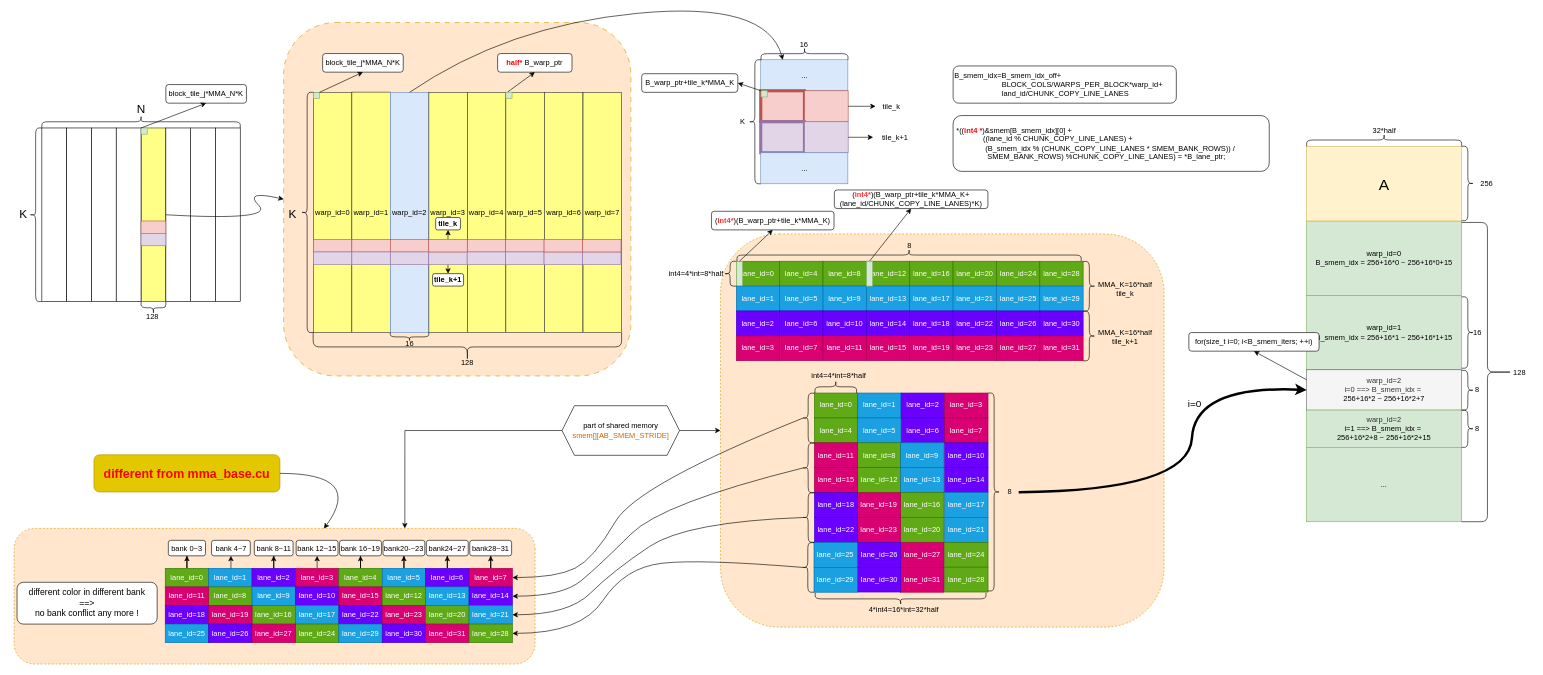
This is docs/mma/mma_permute/imgs/matrix_B_LDG.drawio from raymond1123/hgemm, a draw.io file, before an edit. Source tidied: cells renumbered, new cells numbered last; positions are measured from the earlier drawing's top-left corner, leaving out a move shared by most shapes. Both pictures are drawn from the tidied source at 62%, with x=0, y=0 at pixel (11, 1).
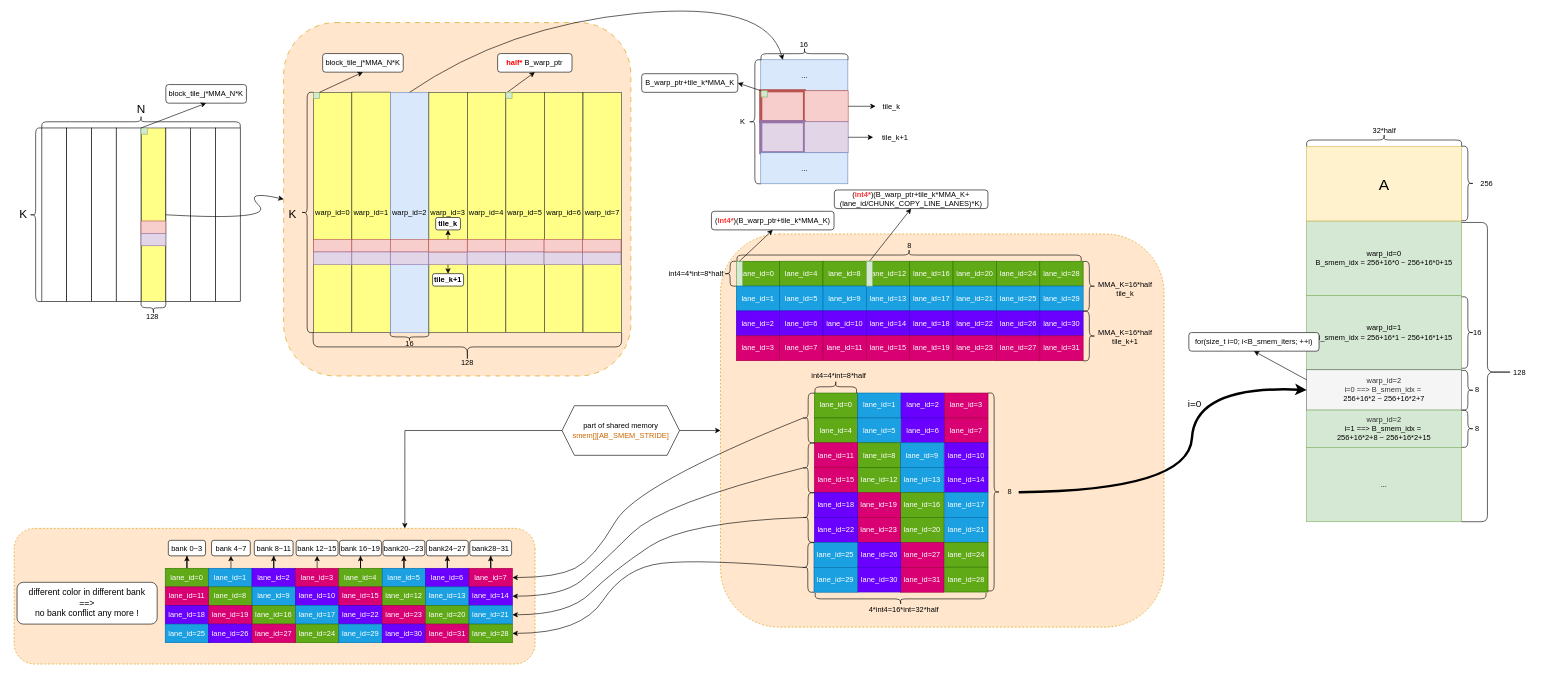
The same page after the edit.

Diff of the diagram source:
```diff
@@
-    <mxCell id="119" value="&lt;div style=&quot;&quot;&gt;&lt;span style=&quot;text-wrap: nowrap; background-color: initial;&quot;&gt;B_smem_idx=B_smem_idx_off+&lt;/span&gt;&lt;/div&gt;&lt;div style=&quot;&quot;&gt;&lt;span style=&quot;text-wrap: nowrap; background-color: initial;&quot;&gt;&lt;span style=&quot;white-space: pre;&quot;&gt;&#9;&lt;/span&gt;&lt;span style=&quot;white-space: pre;&quot;&gt;&#9;&lt;/span&gt;&amp;nbsp; &amp;nbsp; &amp;nbsp; &amp;nbsp;BLOCK_COLS/WARPS_PER_BLOCK*warp_id+&lt;/span&gt;&lt;/div&gt;&lt;div style=&quot;text-wrap: nowrap;&quot;&gt;&lt;span style=&quot;white-space-collapse: preserve;&quot;&gt;&#9;&lt;/span&gt;&lt;span style=&quot;white-space-collapse: preserve;&quot;&gt;&#9;&lt;/span&gt;&amp;nbsp; &amp;nbsp; &amp;nbsp; &amp;nbsp;land_id/CHUNK_COPY_LINE_LANES&lt;/div&gt;" style="rounded=1;whiteSpace=wrap;html=1;align=left;" parent="1" vertex="1">
-      <mxGeometry x="1519.8" y="104.9" width="360" height="60" as="geometry" />
-    </mxCell>
@@
-    <mxCell id="164" value="&lt;div style=&quot;&quot;&gt;&lt;div&gt;&amp;nbsp;*((&lt;b&gt;&lt;font color=&quot;#ff0000&quot;&gt;int4 *&lt;/font&gt;&lt;/b&gt;)&amp;amp;smem[B_smem_idx][0] +&lt;/div&gt;&lt;div&gt;&amp;nbsp; &amp;nbsp; &amp;nbsp; &amp;nbsp; &amp;nbsp; &amp;nbsp; &amp;nbsp; ((lane_id % CHUNK_COPY_LINE_LANES) +&lt;/div&gt;&lt;div&gt;&amp;nbsp; &amp;nbsp; &amp;nbsp; &amp;nbsp; &amp;nbsp; &amp;nbsp; &amp;nbsp; &amp;nbsp;(B_smem_idx % (CHUNK_COPY_LINE_LANES * SMEM_BANK_ROWS)) / &lt;span style=&quot;white-space: pre;&quot;&gt;&#9;&lt;/span&gt;&lt;span style=&quot;white-space: pre;&quot;&gt;&#9;&lt;/span&gt;SMEM_BANK_ROWS) %&lt;span style=&quot;background-color: initial;&quot;&gt;CHUNK_COPY_LINE_LANES) = *B_lane_ptr;&lt;/span&gt;&lt;/div&gt;&lt;/div&gt;" style="rounded=1;whiteSpace=wrap;html=1;align=left;" parent="1" vertex="1">
-      <mxGeometry x="1519.7" y="184.9" width="510" height="90" as="geometry" />
-    </mxCell>
@@
-    <mxCell id="173" value="&lt;div style=&quot;text-align: left;&quot;&gt;&lt;span style=&quot;text-wrap: nowrap;&quot;&gt;&lt;font color=&quot;#ff0000&quot; style=&quot;font-size: 20px;&quot;&gt;&lt;b&gt;different from mma_base.cu&lt;/b&gt;&lt;/font&gt;&lt;/span&gt;&lt;/div&gt;" style="rounded=1;whiteSpace=wrap;html=1;fillColor=#e3c800;fontColor=#000000;strokeColor=#B09500;" parent="1" vertex="1">
-      <mxGeometry x="134" y="732" width="300" height="60" as="geometry" />
-    </mxCell>
@@
-    <mxCell id="249" style="curved=1;endArrow=classic;html=1;rounded=0;exitX=1;exitY=0.5;exitDx=0;exitDy=0;" parent="1" edge="1">
-      <mxGeometry relative="1" as="geometry">
-        <mxPoint x="434" y="762" as="sourcePoint" />
-        <mxPoint x="505" y="851" as="targetPoint" />
-        <Array as="points">
-          <mxPoint x="570" y="762" />
-        </Array>
-      </mxGeometry>
-    </mxCell>
```
